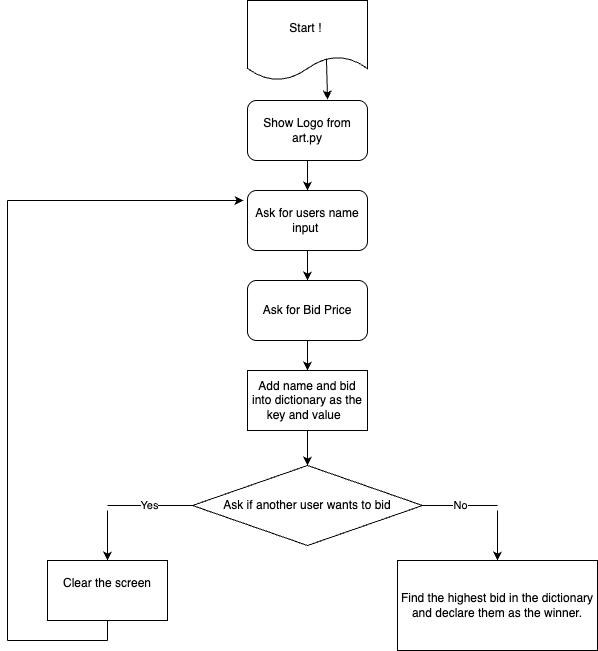
Before: Blind_Auction_Flowchart.drawio.png, a diagram exported from draw.io (MiLkEE44/Blind_Auciton). Source tidied: cells renumbered, new cells last; positions are measured from the earlier drawing's top-left corner, leaving out a move shared by most shapes.
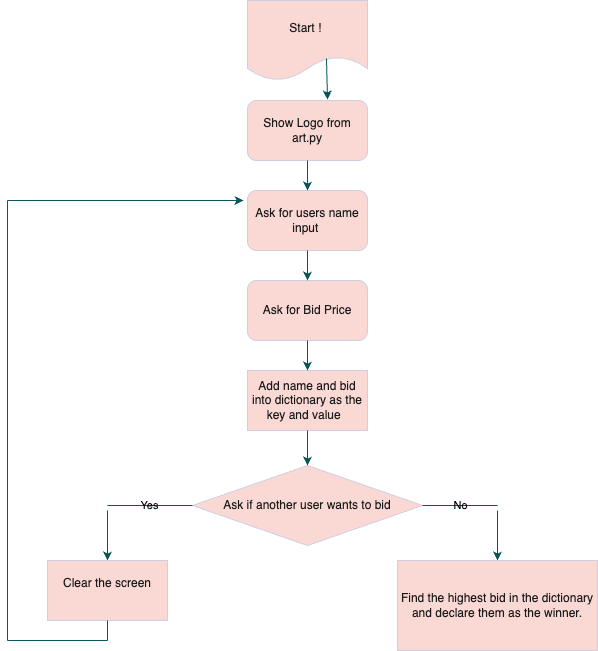
After the commit.

What changed in the source:
```diff
@@ -2,88 +2,88 @@
   <root>
     <mxCell id="0" />
     <mxCell id="1" parent="0" />
-    <mxCell id="2" value="Start !&amp;nbsp;" style="shape=document;whiteSpace=wrap;html=1;boundedLbl=1;" parent="1" vertex="1">
+    <mxCell id="2" value="Start !&amp;nbsp;" style="shape=document;whiteSpace=wrap;html=1;boundedLbl=1;labelBackgroundColor=none;fillColor=#FAD9D5;strokeColor=#D0CEE2;fontColor=#1A1A1A;" parent="1" vertex="1">
       <mxGeometry x="240" width="120" height="80" as="geometry" />
     </mxCell>
-    <mxCell id="3" value="Show Logo from art.py" style="rounded=1;whiteSpace=wrap;html=1;" parent="1" vertex="1">
+    <mxCell id="3" value="Show Logo from art.py" style="rounded=1;whiteSpace=wrap;html=1;labelBackgroundColor=none;fillColor=#FAD9D5;strokeColor=#D0CEE2;fontColor=#1A1A1A;" parent="1" vertex="1">
       <mxGeometry x="240" y="100" width="120" height="60" as="geometry" />
     </mxCell>
-    <mxCell id="4" style="endArrow=classic;html=1;rounded=0;exitX=0.658;exitY=0.725;exitDx=0;exitDy=0;exitPerimeter=0;" parent="1" edge="1" source="2">
+    <mxCell id="4" style="endArrow=classic;html=1;rounded=0;exitX=0.658;exitY=0.725;exitDx=0;exitDy=0;exitPerimeter=0;labelBackgroundColor=none;strokeColor=#09555B;fontColor=default;" parent="1" edge="1" source="2">
       <mxGeometry relative="1" as="geometry">
         <mxPoint x="320" y="99" as="targetPoint" />
       </mxGeometry>
     </mxCell>
-    <mxCell id="5" value="Ask for users name input&amp;nbsp;" style="rounded=1;whiteSpace=wrap;html=1;" parent="1" vertex="1">
+    <mxCell id="5" value="Ask for users name input&amp;nbsp;" style="rounded=1;whiteSpace=wrap;html=1;labelBackgroundColor=none;fillColor=#FAD9D5;strokeColor=#D0CEE2;fontColor=#1A1A1A;" parent="1" vertex="1">
       <mxGeometry x="240" y="190" width="120" height="60" as="geometry" />
     </mxCell>
-    <mxCell id="6" value="Ask for Bid Price" style="rounded=1;whiteSpace=wrap;html=1;" parent="1" vertex="1">
+    <mxCell id="6" value="Ask for Bid Price" style="rounded=1;whiteSpace=wrap;html=1;labelBackgroundColor=none;fillColor=#FAD9D5;strokeColor=#D0CEE2;fontColor=#1A1A1A;" parent="1" vertex="1">
       <mxGeometry x="240" y="280" width="120" height="60" as="geometry" />
     </mxCell>
-    <mxCell id="7" value="Add name and bid into dictionary as the key and value&amp;nbsp;&amp;nbsp;" style="rounded=0;whiteSpace=wrap;html=1;" parent="1" vertex="1">
+    <mxCell id="7" value="Add name and bid into dictionary as the key and value&amp;nbsp;&amp;nbsp;" style="rounded=0;whiteSpace=wrap;html=1;labelBackgroundColor=none;fillColor=#FAD9D5;strokeColor=#D0CEE2;fontColor=#1A1A1A;" parent="1" vertex="1">
       <mxGeometry x="240" y="370" width="120" height="60" as="geometry" />
     </mxCell>
-    <mxCell id="8" value="Ask if another user wants to bid" style="rhombus;whiteSpace=wrap;html=1;" parent="1" vertex="1">
+    <mxCell id="8" value="Ask if another user wants to bid" style="rhombus;whiteSpace=wrap;html=1;labelBackgroundColor=none;fillColor=#FAD9D5;strokeColor=#D0CEE2;fontColor=#1A1A1A;" parent="1" vertex="1">
       <mxGeometry x="185" y="465" width="230" height="80" as="geometry" />
     </mxCell>
-    <mxCell id="9" value="No" style="endArrow=none;html=1;rounded=0;exitX=1;exitY=0.5;exitDx=0;exitDy=0;" parent="1" edge="1" source="8">
+    <mxCell id="9" value="No" style="endArrow=none;html=1;rounded=0;exitX=1;exitY=0.5;exitDx=0;exitDy=0;labelBackgroundColor=none;strokeColor=#09555B;fontColor=default;" parent="1" edge="1" source="8">
       <mxGeometry relative="1" as="geometry">
         <mxPoint x="490" y="505" as="targetPoint" />
       </mxGeometry>
     </mxCell>
-    <mxCell id="10" value="Yes" style="endArrow=none;html=1;rounded=0;exitX=0;exitY=0.5;exitDx=0;exitDy=0;" parent="1" edge="1" source="8">
+    <mxCell id="10" value="Yes" style="endArrow=none;html=1;rounded=0;exitX=0;exitY=0.5;exitDx=0;exitDy=0;labelBackgroundColor=none;strokeColor=#09555B;fontColor=default;" parent="1" edge="1" source="8">
       <mxGeometry relative="1" as="geometry">
         <mxPoint x="100" y="505" as="targetPoint" />
       </mxGeometry>
     </mxCell>
-    <mxCell id="11" style="endArrow=classic;html=1;rounded=0;entryX=0.5;entryY=0;entryDx=0;entryDy=0;" parent="1" edge="1" target="16">
+    <mxCell id="11" style="endArrow=classic;html=1;rounded=0;entryX=0.5;entryY=0;entryDx=0;entryDy=0;labelBackgroundColor=none;strokeColor=#09555B;fontColor=default;" parent="1" edge="1" target="16">
       <mxGeometry relative="1" as="geometry">
         <mxPoint x="490" y="510" as="sourcePoint" />
       </mxGeometry>
     </mxCell>
-    <mxCell id="12" style="endArrow=classic;html=1;rounded=0;exitX=0.5;exitY=1;exitDx=0;exitDy=0;" parent="1" edge="1" source="3">
+    <mxCell id="12" style="endArrow=classic;html=1;rounded=0;exitX=0.5;exitY=1;exitDx=0;exitDy=0;labelBackgroundColor=none;strokeColor=#09555B;fontColor=default;" parent="1" edge="1" source="3">
       <mxGeometry relative="1" as="geometry">
         <mxPoint x="300" y="190" as="targetPoint" />
       </mxGeometry>
     </mxCell>
-    <mxCell id="13" style="endArrow=classic;html=1;rounded=0;exitX=0.5;exitY=1;exitDx=0;exitDy=0;entryX=0.5;entryY=0;entryDx=0;entryDy=0;" parent="1" edge="1" source="5" target="6">
+    <mxCell id="13" style="endArrow=classic;html=1;rounded=0;exitX=0.5;exitY=1;exitDx=0;exitDy=0;entryX=0.5;entryY=0;entryDx=0;entryDy=0;labelBackgroundColor=none;strokeColor=#09555B;fontColor=default;" parent="1" edge="1" source="5" target="6">
       <mxGeometry relative="1" as="geometry" />
     </mxCell>
-    <mxCell id="14" style="endArrow=classic;html=1;rounded=0;exitX=0.5;exitY=1;exitDx=0;exitDy=0;entryX=0.5;entryY=0;entryDx=0;entryDy=0;" parent="1" edge="1" source="6" target="7">
+    <mxCell id="14" style="endArrow=classic;html=1;rounded=0;exitX=0.5;exitY=1;exitDx=0;exitDy=0;entryX=0.5;entryY=0;entryDx=0;entryDy=0;labelBackgroundColor=none;strokeColor=#09555B;fontColor=default;" parent="1" edge="1" source="6" target="7">
       <mxGeometry relative="1" as="geometry" />
     </mxCell>
-    <mxCell id="15" style="endArrow=classic;html=1;rounded=0;entryX=0.5;entryY=0;entryDx=0;entryDy=0;exitX=0.5;exitY=1;exitDx=0;exitDy=0;" parent="1" edge="1" source="7" target="8">
+    <mxCell id="15" style="endArrow=classic;html=1;rounded=0;entryX=0.5;entryY=0;entryDx=0;entryDy=0;exitX=0.5;exitY=1;exitDx=0;exitDy=0;labelBackgroundColor=none;strokeColor=#09555B;fontColor=default;" parent="1" edge="1" source="7" target="8">
       <mxGeometry relative="1" as="geometry" />
     </mxCell>
-    <mxCell id="16" value="Find the highest bid in the dictionary and declare them as the winner." style="rounded=0;whiteSpace=wrap;html=1;" parent="1" vertex="1">
+    <mxCell id="16" value="Find the highest bid in the dictionary and declare them as the winner." style="rounded=0;whiteSpace=wrap;html=1;labelBackgroundColor=none;fillColor=#FAD9D5;strokeColor=#D0CEE2;fontColor=#1A1A1A;" parent="1" vertex="1">
       <mxGeometry x="390" y="560" width="200" height="90" as="geometry" />
     </mxCell>
-    <mxCell id="17" style="endArrow=classic;html=1;rounded=0;" parent="1" edge="1">
+    <mxCell id="17" style="endArrow=classic;html=1;rounded=0;labelBackgroundColor=none;strokeColor=#09555B;fontColor=default;" parent="1" edge="1">
       <mxGeometry relative="1" as="geometry">
         <mxPoint x="100" y="510" as="sourcePoint" />
         <mxPoint x="100" y="560" as="targetPoint" />
       </mxGeometry>
     </mxCell>
-    <mxCell id="18" value="Clear the screen&lt;div&gt;&lt;br&gt;&lt;/div&gt;" style="rounded=0;whiteSpace=wrap;html=1;" parent="1" vertex="1">
+    <mxCell id="18" value="Clear the screen&lt;div&gt;&lt;br&gt;&lt;/div&gt;" style="rounded=0;whiteSpace=wrap;html=1;labelBackgroundColor=none;fillColor=#FAD9D5;strokeColor=#D0CEE2;fontColor=#1A1A1A;" parent="1" vertex="1">
       <mxGeometry x="40" y="560" width="120" height="60" as="geometry" />
     </mxCell>
-    <mxCell id="19" style="endArrow=none;html=1;rounded=0;exitX=0.5;exitY=1;exitDx=0;exitDy=0;" parent="1" edge="1" source="18">
+    <mxCell id="19" style="endArrow=none;html=1;rounded=0;exitX=0.5;exitY=1;exitDx=0;exitDy=0;labelBackgroundColor=none;strokeColor=#09555B;fontColor=default;" parent="1" edge="1" source="18">
       <mxGeometry relative="1" as="geometry">
         <mxPoint x="100" y="640" as="targetPoint" />
       </mxGeometry>
     </mxCell>
-    <mxCell id="20" style="endArrow=none;html=1;rounded=0;" parent="1" edge="1">
+    <mxCell id="20" style="endArrow=none;html=1;rounded=0;labelBackgroundColor=none;strokeColor=#09555B;fontColor=default;" parent="1" edge="1">
       <mxGeometry relative="1" as="geometry">
         <mxPoint x="100" y="640" as="sourcePoint" />
         <mxPoint y="640" as="targetPoint" />
       </mxGeometry>
     </mxCell>
-    <mxCell id="21" style="endArrow=none;html=1;rounded=0;" parent="1" edge="1">
+    <mxCell id="21" style="endArrow=none;html=1;rounded=0;labelBackgroundColor=none;strokeColor=#09555B;fontColor=default;" parent="1" edge="1">
       <mxGeometry relative="1" as="geometry">
         <mxPoint y="640" as="sourcePoint" />
         <mxPoint y="200" as="targetPoint" />
       </mxGeometry>
     </mxCell>
-    <mxCell id="22" style="endArrow=classic;html=1;rounded=0;" parent="1" edge="1">
+    <mxCell id="22" style="endArrow=classic;html=1;rounded=0;labelBackgroundColor=none;strokeColor=#09555B;fontColor=default;" parent="1" edge="1">
       <mxGeometry relative="1" as="geometry">
         <mxPoint y="200" as="sourcePoint" />
         <mxPoint x="236" y="200" as="targetPoint" />
```
